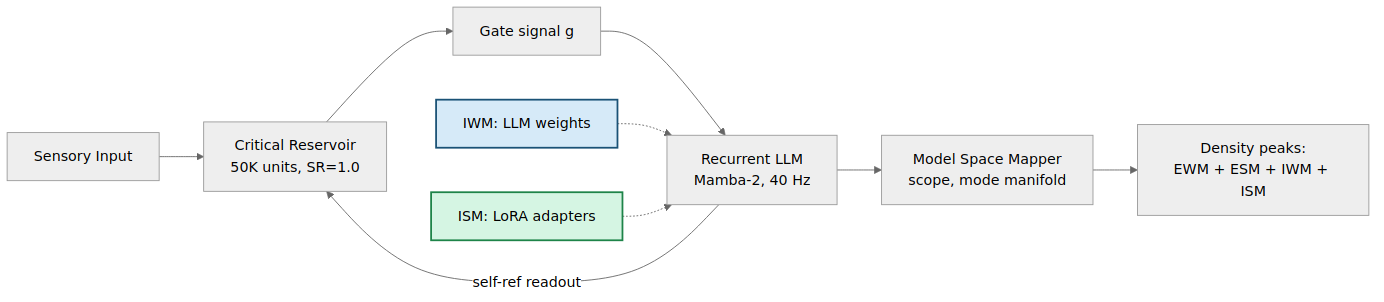
JeltzProstetnic/aIware keeps this Mermaid diagram as docs/engineering/designs/pdf/png/design-13-simple.png. Above is the earlier version. Its source is kept beside it as docs/engineering/designs/pdf/mmd/design-13-simple.mmd.
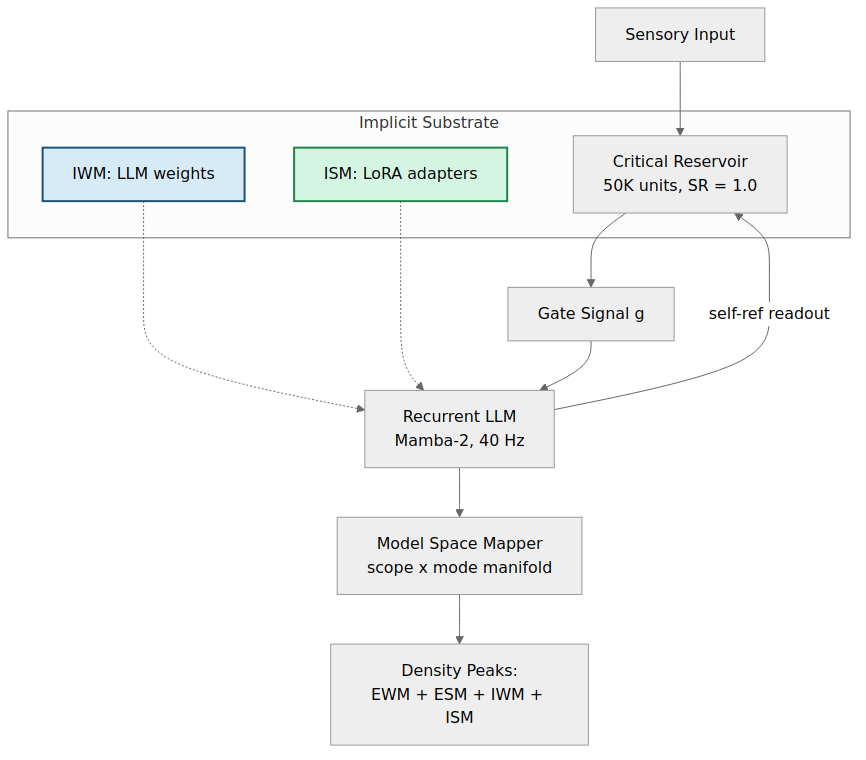
The same file after the commit.

Diff of the diagram source:
```diff
@@ -1,11 +1,16 @@
-graph LR
-    SENS[Sensory Input] --> RES[Critical Reservoir<br/>50K units, SR=1.0]
-    RES --> GATE[Gate signal g]
-    GATE --> LLM[Recurrent LLM<br/>Mamba-2, 40 Hz]
-    LLM --> MAPPER[Model Space Mapper<br/>scope, mode manifold]
+graph TD
+    SENS[Sensory Input] --> RES
+    subgraph IMPL["Implicit Substrate"]
+        RES["Critical Reservoir<br/>50K units, SR = 1.0"]
+        IWM["IWM: LLM weights"]
+        ISM["ISM: LoRA adapters"]
+    end
+    RES --> GATE["Gate Signal g"]
+    IWM -.-> LLM
+    ISM -.-> LLM
+    GATE --> LLM["Recurrent LLM<br/>Mamba-2, 40 Hz"]
     LLM -->|self-ref readout| RES
-    IWM[IWM: LLM weights] -.-> LLM
-    ISM[ISM: LoRA adapters] -.-> LLM
-    MAPPER --> DENSITY[Density peaks:<br/>EWM + ESM + IWM + ISM]
+    LLM --> MAPPER["Model Space Mapper<br/>scope x mode manifold"]
+    MAPPER --> DENSITY["Density Peaks:<br/>EWM + ESM + IWM + ISM"]
     style IWM fill:#D6EAF8,stroke:#1A5276,stroke-width:2px
     style ISM fill:#D5F5E3,stroke:#1E8449,stroke-width:2px
```
